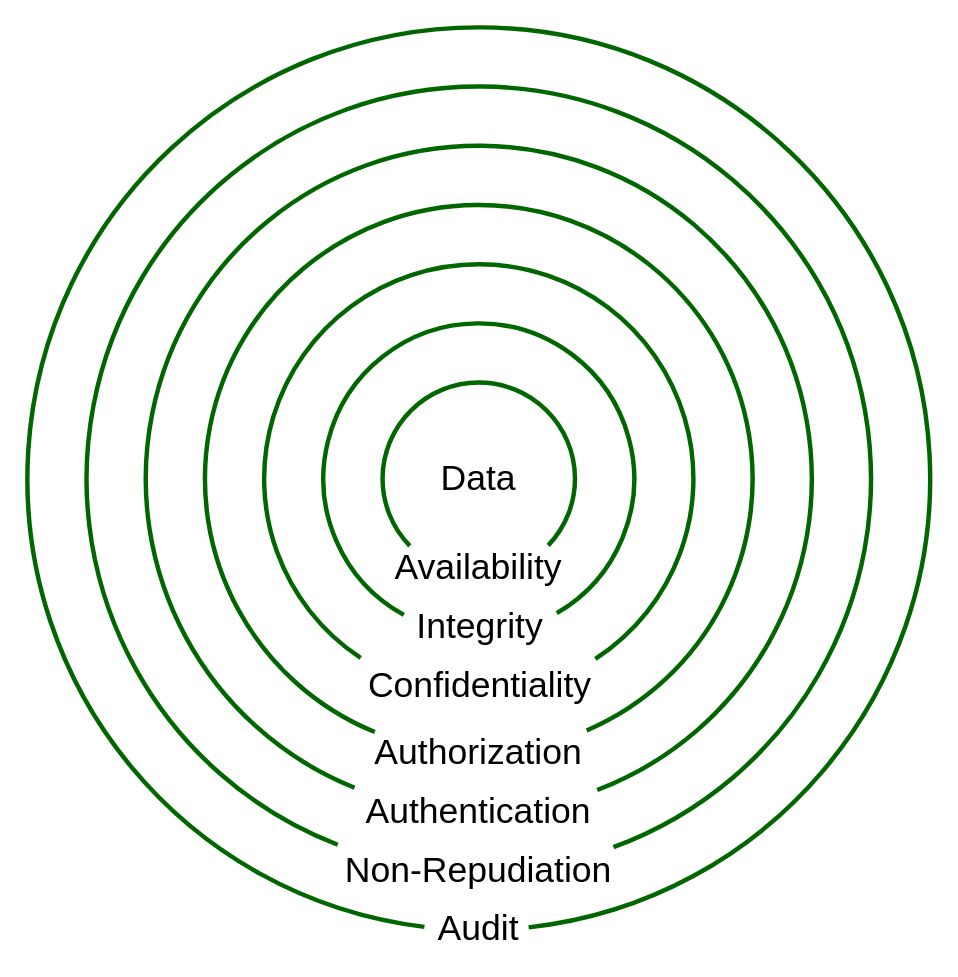
Earlier version of the draw.io diagram page "extended CIA model" (2 of 3) of source/reference_documents/elaboration_documents/Understanding the Extended CIA Model/images/source/extended CIA model.drawio (nutonomy/AVCDL). Source tidied: cells renumbered, new cells numbered last; positions are measured from the earlier drawing's top-left corner, leaving out a move shared by most shapes. Both pictures are drawn from the tidied source at 148%, with x=0, y=0 at pixel (27, 27).
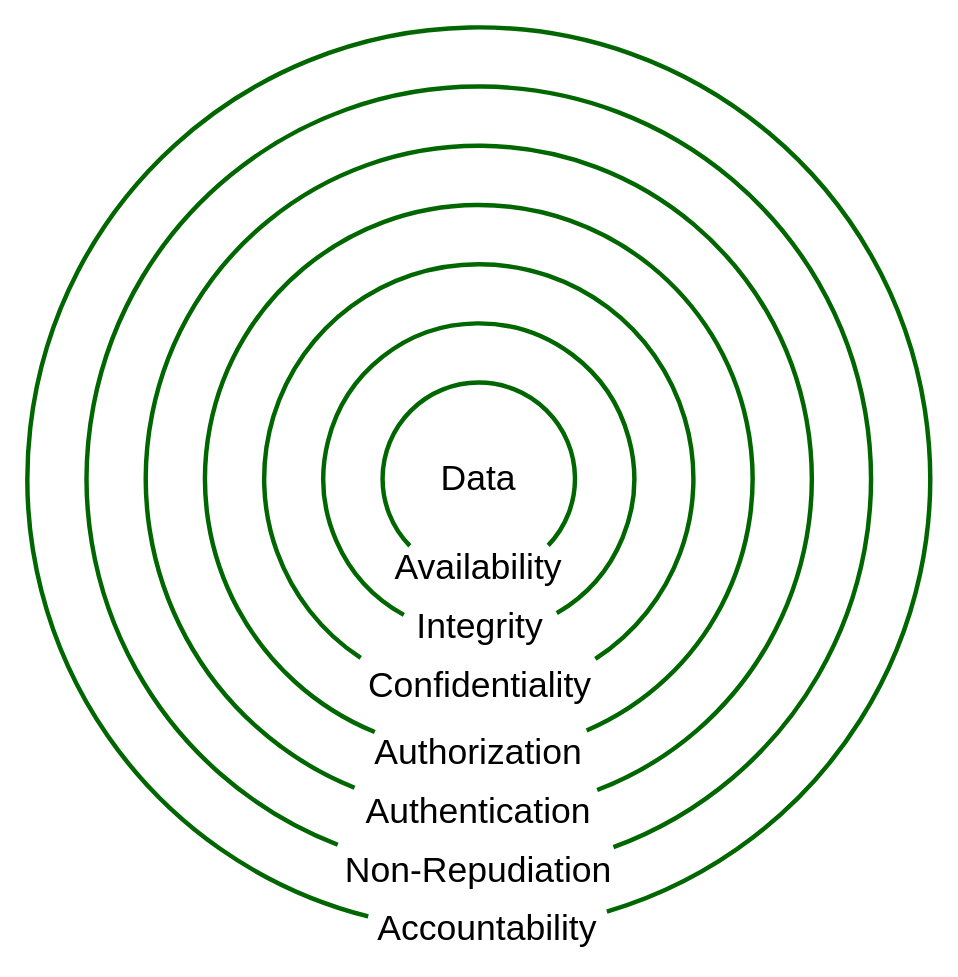
The same page after the edit.

Commit message (it also covers changes not shown here):
updated the Understanding the Extended CIA elaboration document (page numbering / spelling / corrected to use accountability instead of audit / added CIA timeline)

Change to the diagram source:
```diff
@@
 <mxGraphModel>
   <root>
     <mxCell id="0" />
     <mxCell id="1" parent="0" />
-    <mxCell id="2" value="&lt;font style=&quot;font-size: 24px&quot;&gt;Audit&lt;/font&gt;" style="text;html=1;strokeColor=none;fillColor=none;align=center;verticalAlign=middle;whiteSpace=wrap;rounded=0;labelBackgroundColor=none;rotation=0;" parent="1" vertex="1">
-      <mxGeometry x="270" y="594" width="70" height="30" as="geometry" />
+    <mxCell id="2" value="&lt;font style=&quot;font-size: 24px&quot;&gt;Accountability&lt;/font&gt;" style="text;html=1;strokeColor=none;fillColor=none;align=center;verticalAlign=middle;whiteSpace=wrap;rounded=0;labelBackgroundColor=none;rotation=0;" parent="1" vertex="1">
+      <mxGeometry x="233" y="594" width="156" height="30" as="geometry" />
     </mxCell>
     <mxCell id="3" value="&lt;font style=&quot;font-size: 24px&quot;&gt;Non-Repudiation&lt;/font&gt;" style="text;html=1;strokeColor=none;fillColor=none;align=center;verticalAlign=middle;whiteSpace=wrap;rounded=0;labelBackgroundColor=none;rotation=0;" parent="1" vertex="1">
       <mxGeometry x="210" y="555" width="190" height="30" as="geometry" />
     </mxCell>
     <mxCell id="4" value="&lt;font style=&quot;font-size: 24px&quot;&gt;Authentication&lt;/font&gt;" style="text;html=1;strokeColor=none;fillColor=none;align=center;verticalAlign=middle;whiteSpace=wrap;rounded=0;labelBackgroundColor=none;rotation=0;" parent="1" vertex="1">
       <mxGeometry x="225" y="515" width="160" height="30" as="geometry" />
     </mxCell>
     <mxCell id="5" value="&lt;font style=&quot;font-size: 24px&quot;&gt;Authorization&lt;/font&gt;" style="text;html=1;strokeColor=none;fillColor=none;align=center;verticalAlign=middle;whiteSpace=wrap;rounded=0;labelBackgroundColor=none;rotation=0;" parent="1" vertex="1">
       <mxGeometry x="225" y="475" width="160" height="30" as="geometry" />
     </mxCell>
-    <mxCell id="6" style="verticalLabelPosition=bottom;verticalAlign=top;html=1;shape=mxgraph.basic.arc;startAngle=0.5191978531084018;endAngle=0.4823883562613614;fillColor=none;strokeColor=#006600;strokeWidth=3;" parent="1" vertex="1">
+    <mxCell id="6" style="verticalLabelPosition=bottom;verticalAlign=top;html=1;shape=mxgraph.basic.arc;startAngle=0.5393676047225888;endAngle=0.45420985225128985;fillColor=none;strokeColor=#006600;strokeWidth=3;" parent="1" vertex="1">
       <mxGeometry width="610" height="610" as="geometry" />
     </mxCell>
     <mxCell id="7" style="verticalLabelPosition=bottom;verticalAlign=top;html=1;shape=mxgraph.basic.arc;startAngle=0.5585485947694075;endAngle=0.444216729210609;fillColor=none;strokeColor=#006600;strokeWidth=3;" parent="1" vertex="1">
       <mxGeometry x="40" y="40" width="530" height="530" as="geometry" />
     </mxCell>
     <mxCell id="8" style="verticalLabelPosition=bottom;verticalAlign=top;html=1;shape=mxgraph.basic.arc;startAngle=0.5608575134116165;endAngle=0.44214290058275885;fillColor=none;strokeColor=#006600;strokeWidth=3;" parent="1" vertex="1">
       <mxGeometry x="80" y="80" width="450" height="450" as="geometry" />
     </mxCell>
     <mxCell id="9" style="verticalLabelPosition=bottom;verticalAlign=top;html=1;shape=mxgraph.basic.arc;startAngle=0.5619984455360418;endAngle=0.4355594707954217;fillColor=none;strokeColor=#006600;strokeWidth=3;" parent="1" vertex="1">
       <mxGeometry x="120" y="120" width="370" height="370" as="geometry" />
     </mxCell>
     <mxCell id="10" parent="0" />
     <mxCell id="11" style="verticalLabelPosition=bottom;verticalAlign=top;html=1;shape=mxgraph.basic.arc;startAngle=0.5927458710447542;endAngle=0.40859654743614476;fillColor=none;strokeColor=#006600;strokeWidth=3;" parent="10" vertex="1">
       <mxGeometry x="160" y="160" width="290" height="290" as="geometry" />
     </mxCell>
     <mxCell id="12" value="&lt;font style=&quot;font-size: 24px&quot;&gt;Availability&lt;/font&gt;" style="text;html=1;strokeColor=none;fillColor=none;align=center;verticalAlign=middle;whiteSpace=wrap;rounded=0;labelBackgroundColor=none;" parent="10" vertex="1">
       <mxGeometry x="240" y="350" width="130" height="30" as="geometry" />
     </mxCell>
     <mxCell id="13" value="&lt;font style=&quot;font-size: 24px&quot;&gt;Integrity&lt;/font&gt;" style="text;html=1;strokeColor=none;fillColor=none;align=center;verticalAlign=middle;whiteSpace=wrap;rounded=0;labelBackgroundColor=none;" parent="10" vertex="1">
       <mxGeometry x="256.2" y="390" width="100" height="30" as="geometry" />
     </mxCell>
     <mxCell id="14" value="&lt;font style=&quot;font-size: 24px&quot;&gt;Confidentiality&lt;/font&gt;" style="text;html=1;strokeColor=none;fillColor=none;align=center;verticalAlign=middle;whiteSpace=wrap;rounded=0;labelBackgroundColor=none;gradientColor=none;" parent="10" vertex="1">
       <mxGeometry x="201.2" y="430" width="210" height="30" as="geometry" />
     </mxCell>
     <mxCell id="15" style="verticalLabelPosition=bottom;verticalAlign=top;html=1;shape=mxgraph.basic.arc;startAngle=0.6271800683416442;endAngle=0.37170760883716003;fillColor=none;strokeColor=#006600;strokeWidth=3;" parent="10" vertex="1">
       <mxGeometry x="240" y="240" width="130" height="130" as="geometry" />
     </mxCell>
     <mxCell id="16" style="verticalLabelPosition=bottom;verticalAlign=top;html=1;shape=mxgraph.basic.arc;startAngle=0.5800986134659529;endAngle=0.41632133889344114;fillColor=none;strokeColor=#006600;strokeWidth=3;" parent="10" vertex="1">
       <mxGeometry x="200" y="200" width="210" height="210" as="geometry" />
     </mxCell>
     <mxCell id="17" value="&lt;font style=&quot;font-size: 24px&quot;&gt;Data&lt;/font&gt;" style="text;html=1;strokeColor=none;fillColor=none;align=center;verticalAlign=middle;whiteSpace=wrap;rounded=0;labelBackgroundColor=none;" parent="10" vertex="1">
       <mxGeometry x="256.2" y="290" width="97.5" height="30" as="geometry" />
     </mxCell>
   </root>
 </mxGraphModel>
```
